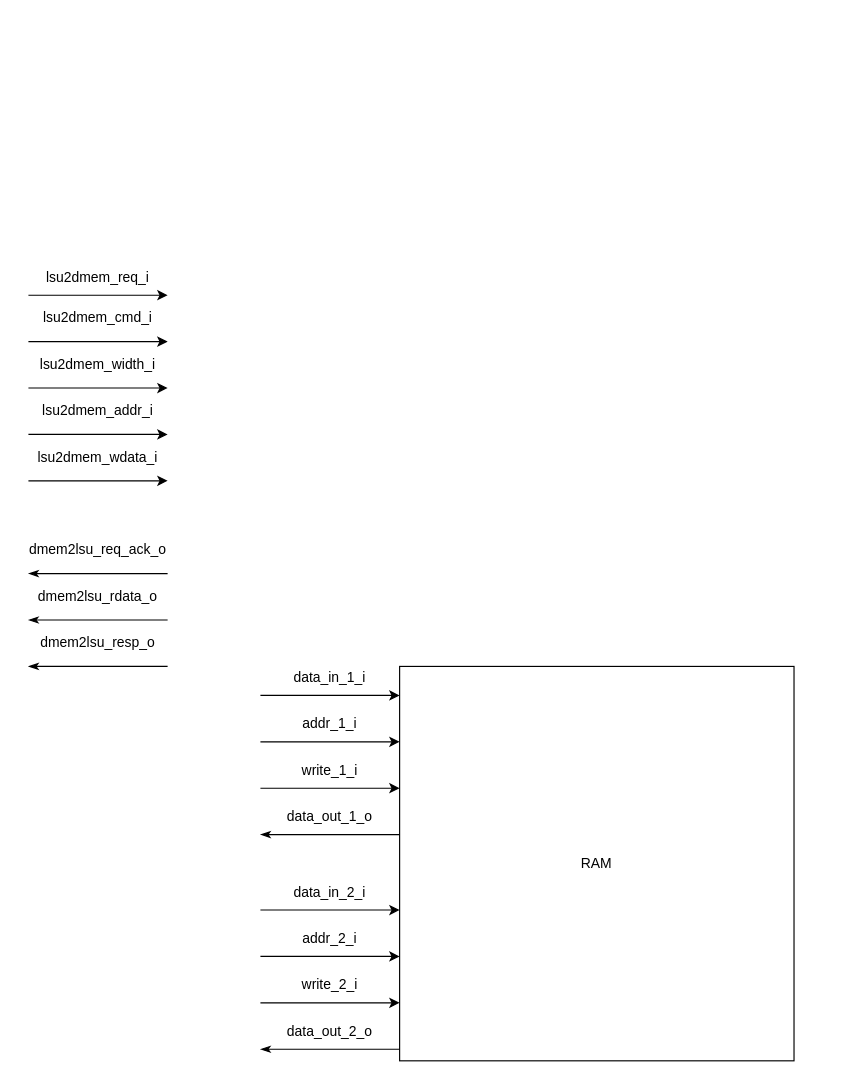
Earlier version of the draw.io diagram docs/Diagrams.drawio (Elgrush/FPGA-multicore-soft-CPU-with-scr1). Source tidied: cells renumbered, new cells numbered last; positions are measured from the earlier drawing's top-left corner, leaving out a move shared by most shapes. Both pictures are drawn from the tidied source at 116%, with x=0, y=0 at pixel (28, 248).
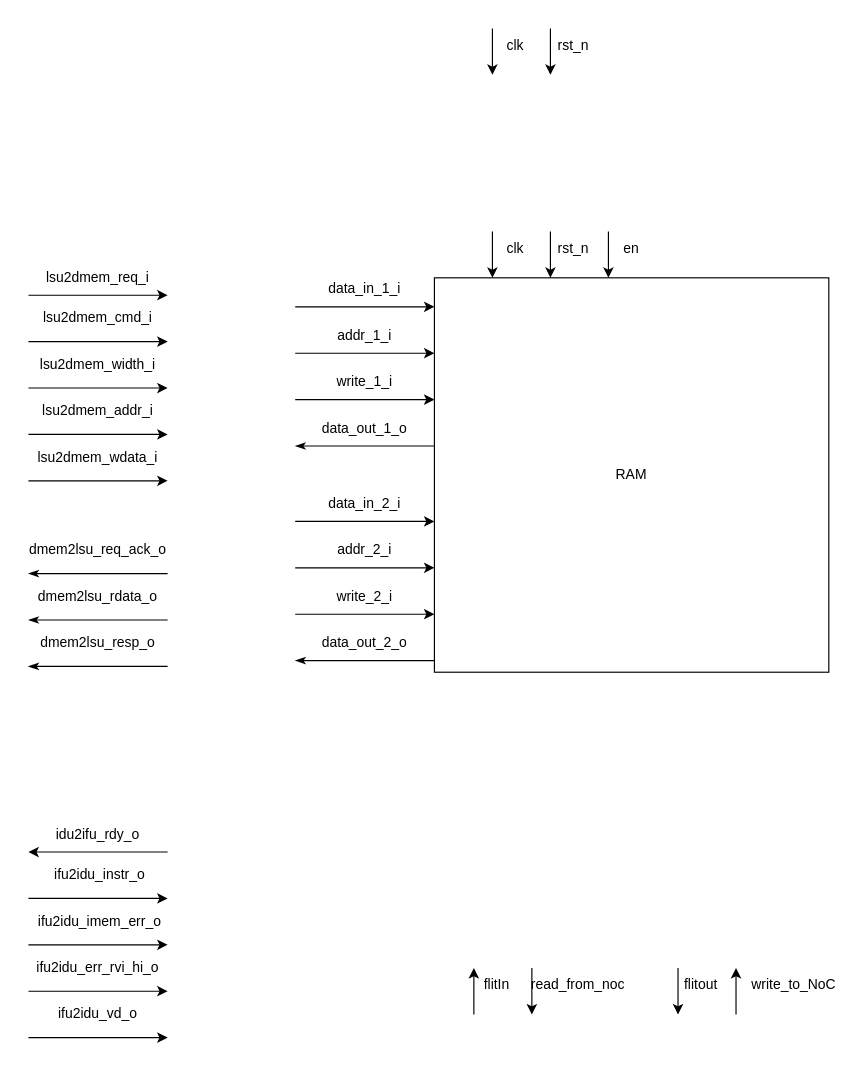
After the change.

Commit message:
Ports planned

Change to the diagram source:
```diff
@@
     <mxCell id="26" value="RAM" style="whiteSpace=wrap;html=1;" parent="1" vertex="1">
-      <mxGeometry x="320" y="360" width="340" height="340" as="geometry" />
+      <mxGeometry x="350" y="25" width="340" height="340" as="geometry" />
     </mxCell>
     <mxCell id="27" style="group;" parent="1" vertex="1">
-      <mxGeometry x="200" y="345" width="120" height="160" as="geometry" />
+      <mxGeometry x="230" y="10" width="120" height="160" as="geometry" />
     </mxCell>
@@
     <mxCell id="40" style="group;" parent="1" vertex="1">
-      <mxGeometry x="200" y="530" width="120" height="160" as="geometry" />
+      <mxGeometry x="230" y="195" width="120" height="160" as="geometry" />
     </mxCell>
@@
+    <mxCell id="53" style="group;" parent="1" vertex="1">
+      <mxGeometry y="480" width="120" height="40" as="geometry" />
+    </mxCell>
+    <mxCell id="54" style="endArrow=none;html=1;rounded=0;startArrow=classic;startFill=1;" parent="53" edge="1">
+      <mxGeometry relative="1" as="geometry">
+        <mxPoint y="40" as="sourcePoint" />
+        <mxPoint x="120" y="40" as="targetPoint" />
+      </mxGeometry>
+    </mxCell>
+    <mxCell id="55" value="idu2ifu_rdy_o" style="text;html=1;align=center;verticalAlign=middle;whiteSpace=wrap;rounded=0;" parent="53" vertex="1">
+      <mxGeometry y="10" width="120" height="30" as="geometry" />
+    </mxCell>
+    <mxCell id="56" style="group;" parent="1" vertex="1">
+      <mxGeometry y="520" width="120" height="40" as="geometry" />
+    </mxCell>
+    <mxCell id="57" style="endArrow=classic;html=1;rounded=0;" parent="56" edge="1">
+      <mxGeometry relative="1" as="geometry">
+        <mxPoint y="40" as="sourcePoint" />
+        <mxPoint x="120" y="40" as="targetPoint" />
+      </mxGeometry>
+    </mxCell>
+    <mxCell id="58" value="&amp;nbsp;ifu2idu_instr_o" style="text;html=1;align=center;verticalAlign=middle;whiteSpace=wrap;rounded=0;" parent="56" vertex="1">
+      <mxGeometry y="5" width="120" height="30" as="geometry" />
+    </mxCell>
+    <mxCell id="59" style="group;" parent="1" vertex="1">
+      <mxGeometry y="560" width="120" height="40" as="geometry" />
+    </mxCell>
+    <mxCell id="60" style="endArrow=classic;html=1;rounded=0;" parent="59" edge="1">
+      <mxGeometry relative="1" as="geometry">
+        <mxPoint y="40" as="sourcePoint" />
+        <mxPoint x="120" y="40" as="targetPoint" />
+      </mxGeometry>
+    </mxCell>
+    <mxCell id="61" value="&amp;nbsp;ifu2idu_imem_err_o" style="text;html=1;align=center;verticalAlign=middle;whiteSpace=wrap;rounded=0;" parent="59" vertex="1">
+      <mxGeometry y="5" width="120" height="30" as="geometry" />
+    </mxCell>
+    <mxCell id="62" style="group;" parent="1" vertex="1">
+      <mxGeometry y="600" width="120" height="40" as="geometry" />
+    </mxCell>
+    <mxCell id="63" style="endArrow=classic;html=1;rounded=0;" parent="62" edge="1">
+      <mxGeometry relative="1" as="geometry">
+        <mxPoint y="40" as="sourcePoint" />
+        <mxPoint x="120" y="40" as="targetPoint" />
+      </mxGeometry>
+    </mxCell>
+    <mxCell id="64" value="ifu2idu_err_rvi_hi_o" style="text;html=1;align=center;verticalAlign=middle;whiteSpace=wrap;rounded=0;" parent="62" vertex="1">
+      <mxGeometry y="5" width="120" height="30" as="geometry" />
+    </mxCell>
+    <mxCell id="65" style="group;" parent="1" vertex="1">
+      <mxGeometry y="640" width="120" height="40" as="geometry" />
+    </mxCell>
+    <mxCell id="66" style="endArrow=classic;html=1;rounded=0;" parent="65" edge="1">
+      <mxGeometry relative="1" as="geometry">
+        <mxPoint y="40" as="sourcePoint" />
+        <mxPoint x="120" y="40" as="targetPoint" />
+      </mxGeometry>
+    </mxCell>
+    <mxCell id="67" value="ifu2idu_vd_o" style="text;html=1;align=center;verticalAlign=middle;whiteSpace=wrap;rounded=0;" parent="65" vertex="1">
+      <mxGeometry y="5" width="120" height="30" as="geometry" />
+    </mxCell>
+    <mxCell id="68" style="endArrow=classic;html=1;rounded=0;" parent="1" edge="1">
+      <mxGeometry relative="1" as="geometry">
+        <mxPoint x="400" y="-190" as="sourcePoint" />
+        <mxPoint x="400" y="-150" as="targetPoint" />
+      </mxGeometry>
+    </mxCell>
+    <mxCell id="69" value="clk" style="text;html=1;align=center;verticalAlign=middle;whiteSpace=wrap;rounded=0;" parent="1" vertex="1">
+      <mxGeometry x="390" y="-190" width="60" height="30" as="geometry" />
+    </mxCell>
+    <mxCell id="70" style="endArrow=classic;html=1;rounded=0;" parent="1" edge="1">
+      <mxGeometry relative="1" as="geometry">
+        <mxPoint x="450" y="-190" as="sourcePoint" />
+        <mxPoint x="450" y="-150" as="targetPoint" />
+      </mxGeometry>
+    </mxCell>
+    <mxCell id="71" value="rst_n" style="text;html=1;align=center;verticalAlign=middle;whiteSpace=wrap;rounded=0;" parent="1" vertex="1">
+      <mxGeometry x="440" y="-190" width="60" height="30" as="geometry" />
+    </mxCell>
+    <mxCell id="72" style="endArrow=classic;html=1;rounded=0;" parent="1" edge="1">
+      <mxGeometry relative="1" as="geometry">
+        <mxPoint x="400" y="-15" as="sourcePoint" />
+        <mxPoint x="400" y="25" as="targetPoint" />
+      </mxGeometry>
+    </mxCell>
+    <mxCell id="73" value="clk" style="text;html=1;align=center;verticalAlign=middle;whiteSpace=wrap;rounded=0;" parent="1" vertex="1">
+      <mxGeometry x="390" y="-15" width="60" height="30" as="geometry" />
+    </mxCell>
+    <mxCell id="74" style="endArrow=classic;html=1;rounded=0;" parent="1" edge="1">
+      <mxGeometry relative="1" as="geometry">
+        <mxPoint x="450" y="-15" as="sourcePoint" />
+        <mxPoint x="450" y="25" as="targetPoint" />
+      </mxGeometry>
+    </mxCell>
+    <mxCell id="75" value="rst_n" style="text;html=1;align=center;verticalAlign=middle;whiteSpace=wrap;rounded=0;" parent="1" vertex="1">
+      <mxGeometry x="440" y="-15" width="60" height="30" as="geometry" />
+    </mxCell>
+    <mxCell id="76" style="endArrow=classic;html=1;rounded=0;" parent="1" edge="1">
+      <mxGeometry relative="1" as="geometry">
+        <mxPoint x="500" y="-15" as="sourcePoint" />
+        <mxPoint x="500" y="25" as="targetPoint" />
+      </mxGeometry>
+    </mxCell>
+    <mxCell id="77" value="en" style="text;html=1;align=center;verticalAlign=middle;whiteSpace=wrap;rounded=0;" parent="1" vertex="1">
+      <mxGeometry x="490" y="-15" width="60" height="30" as="geometry" />
+    </mxCell>
+    <mxCell id="78" style="endArrow=none;html=1;rounded=0;startArrow=classic;startFill=1;" parent="1" edge="1">
+      <mxGeometry relative="1" as="geometry">
+        <mxPoint x="384" y="620" as="sourcePoint" />
+        <mxPoint x="384" y="660" as="targetPoint" />
+      </mxGeometry>
+    </mxCell>
+    <mxCell id="79" value="flitIn" style="text;html=1;align=center;verticalAlign=middle;whiteSpace=wrap;rounded=0;" parent="1" vertex="1">
+      <mxGeometry x="374" y="620" width="60" height="30" as="geometry" />
+    </mxCell>
+    <mxCell id="80" style="endArrow=classic;html=1;rounded=0;" parent="1" edge="1">
+      <mxGeometry relative="1" as="geometry">
+        <mxPoint x="434" y="620" as="sourcePoint" />
+        <mxPoint x="434" y="660" as="targetPoint" />
+      </mxGeometry>
+    </mxCell>
+    <mxCell id="81" style="endArrow=classic;html=1;rounded=0;" parent="1" edge="1">
+      <mxGeometry relative="1" as="geometry">
+        <mxPoint x="560" y="620" as="sourcePoint" />
+        <mxPoint x="560" y="660" as="targetPoint" />
+      </mxGeometry>
+    </mxCell>
+    <mxCell id="82" value="flitout" style="text;html=1;align=center;verticalAlign=middle;whiteSpace=wrap;rounded=0;" parent="1" vertex="1">
+      <mxGeometry x="550" y="620" width="60" height="30" as="geometry" />
+    </mxCell>
+    <mxCell id="83" style="endArrow=none;html=1;rounded=0;startArrow=classic;startFill=1;" parent="1" edge="1">
+      <mxGeometry relative="1" as="geometry">
+        <mxPoint x="610" y="620" as="sourcePoint" />
+        <mxPoint x="610" y="660" as="targetPoint" />
+      </mxGeometry>
+    </mxCell>
+    <mxCell id="84" value="write_to_NoC" style="text;html=1;align=center;verticalAlign=middle;whiteSpace=wrap;rounded=0;" parent="1" vertex="1">
+      <mxGeometry x="620" y="620" width="80" height="30" as="geometry" />
+    </mxCell>
+    <mxCell id="85" value="read_from_noc" style="text;html=1;align=center;verticalAlign=middle;whiteSpace=wrap;rounded=0;" parent="1" vertex="1">
+      <mxGeometry x="434.4" y="620" width="80" height="30" as="geometry" />
+    </mxCell>
```
